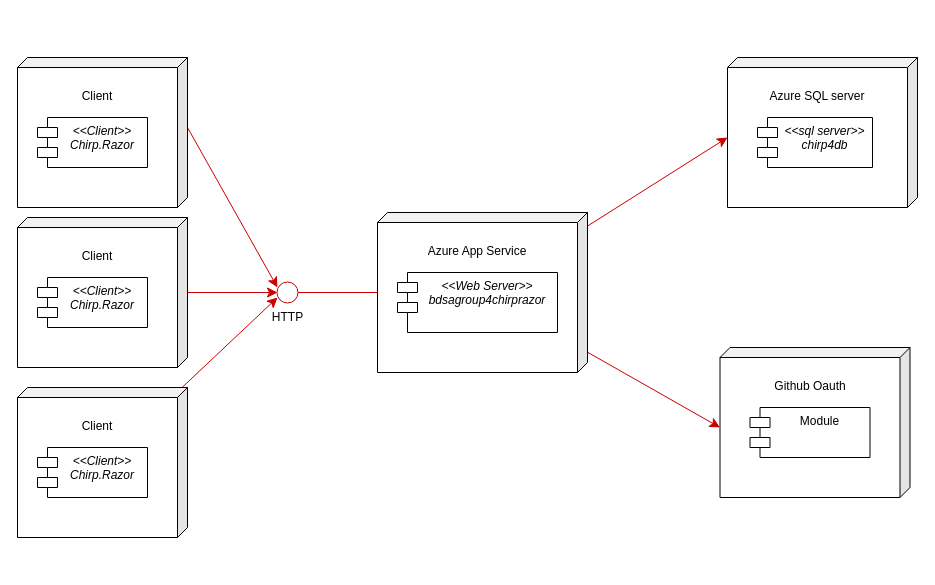
Before: Docs/Images/DeploymentDiagram.drawio in ITU-BDSA23-GROUP4/Chirp, a draw.io diagram. Source tidied: cells renumbered, new cells numbered last; positions are measured from the earlier drawing's top-left corner, leaving out a move shared by most shapes. Both pictures are drawn from the tidied source at 100%, with x=0, y=0 at pixel (17, 57).
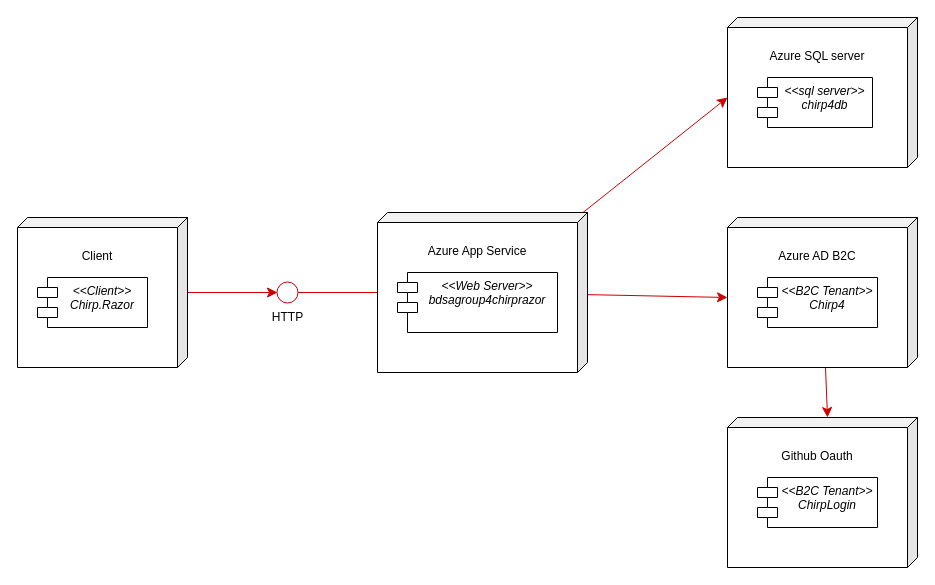
Above is the later version.

Change to the diagram source:
```diff
@@
+    <mxCell id="21" style="edgeStyle=none;rounded=1;html=1;strokeColor=#CC0000;fontSize=12;endArrow=classic;endFill=1;endSize=8;entryX=0;entryY=0;entryDx=90;entryDy=0;entryPerimeter=0;" parent="1" edge="1" source="2" target="22">
+      <mxGeometry relative="1" as="geometry" />
+    </mxCell>
-    <mxCell id="2" value="&lt;p style=&quot;line-height: 120%; font-size: 12px;&quot;&gt;Github Oauth&lt;/p&gt;" style="shape=cube;whiteSpace=wrap;html=1;boundedLbl=1;backgroundOutline=1;darkOpacity=0.05;darkOpacity2=0.1;rotation=0;flipV=0;flipH=1;size=10;spacing=5;verticalAlign=top;horizontal=1;fontSize=12;" parent="1" vertex="1">
-      <mxGeometry x="702.5" y="290" width="190" height="150" as="geometry" />
+    <mxCell id="2" value="&lt;p style=&quot;line-height: 120%; font-size: 12px;&quot;&gt;Azure AD B2C&lt;/p&gt;" style="shape=cube;whiteSpace=wrap;html=1;boundedLbl=1;backgroundOutline=1;darkOpacity=0.05;darkOpacity2=0.1;rotation=0;flipV=0;flipH=1;size=10;spacing=5;verticalAlign=top;horizontal=1;fontSize=12;" parent="1" vertex="1">
+      <mxGeometry x="710" y="160" width="190" height="150" as="geometry" />
     </mxCell>
@@
     <mxCell id="8" value="&lt;p style=&quot;line-height: 120%; font-size: 12px;&quot;&gt;Azure SQL server&lt;/p&gt;" style="shape=cube;whiteSpace=wrap;html=1;boundedLbl=1;backgroundOutline=1;darkOpacity=0.05;darkOpacity2=0.1;rotation=0;flipV=0;flipH=1;size=10;spacing=5;verticalAlign=top;horizontal=1;fontSize=12;" parent="1" vertex="1">
-      <mxGeometry x="710" width="190" height="150" as="geometry" />
+      <mxGeometry x="710" y="-40" width="190" height="150" as="geometry" />
     </mxCell>
     <mxCell id="9" value="&lt;&lt;sql server&gt;&gt;&#10;chirp4db" style="shape=module;align=left;spacingLeft=20;align=center;verticalAlign=top;fontSize=12;fontStyle=2;" parent="1" vertex="1">
-      <mxGeometry x="740" y="60" width="115" height="50" as="geometry" />
+      <mxGeometry x="740" y="20" width="115" height="50" as="geometry" />
     </mxCell>
-    <mxCell id="10" value="Module" style="shape=module;align=center;spacingLeft=20;align=center;verticalAlign=top;fontSize=12;" parent="1" vertex="1">
-      <mxGeometry x="732.5" y="350" width="120" height="50" as="geometry" />
+    <mxCell id="10" value="&lt;&lt;B2C Tenant&gt;&gt;&#10;Chirp4" style="shape=module;align=center;spacingLeft=20;align=center;verticalAlign=top;fontSize=12;fontStyle=2;" parent="1" vertex="1">
+      <mxGeometry x="740" y="220" width="120" height="50" as="geometry" />
     </mxCell>
-    <mxCell id="11" style="rounded=1;html=1;strokeColor=#CC0000;fontSize=12;endArrow=classic;endFill=1;endSize=8;exitX=0;exitY=0;exitDx=0;exitDy=70;exitPerimeter=0;" parent="1" edge="1" source="12">
-      <mxGeometry relative="1" as="geometry">
-        <mxPoint x="260" y="230" as="targetPoint" />
-      </mxGeometry>
-    </mxCell>
-    <mxCell id="12" value="&lt;p style=&quot;line-height: 120%; font-size: 12px;&quot;&gt;Client&lt;/p&gt;" style="shape=cube;whiteSpace=wrap;html=1;boundedLbl=1;backgroundOutline=1;darkOpacity=0.05;darkOpacity2=0.1;rotation=0;flipV=0;flipH=1;size=10;spacing=5;verticalAlign=top;horizontal=1;fontSize=12;" parent="1" vertex="1">
-      <mxGeometry width="170" height="150" as="geometry" />
-    </mxCell>
-    <mxCell id="13" value="&lt;&lt;Client&gt;&gt;&#10;Chirp.Razor" style="shape=module;align=left;spacingLeft=20;align=center;verticalAlign=top;fontSize=12;fontStyle=2;" parent="1" vertex="1">
-      <mxGeometry x="20" y="60" width="110" height="50" as="geometry" />
-    </mxCell>
@@
-    <mxCell id="17" style="edgeStyle=none;rounded=1;html=1;strokeColor=#CC0000;fontSize=12;endArrow=classic;endFill=1;endSize=8;" parent="1" edge="1" source="18">
-      <mxGeometry relative="1" as="geometry">
-        <mxPoint x="260" y="240" as="targetPoint" />
-      </mxGeometry>
-    </mxCell>
-    <mxCell id="18" value="&lt;p style=&quot;line-height: 120%; font-size: 12px;&quot;&gt;Client&lt;/p&gt;" style="shape=cube;whiteSpace=wrap;html=1;boundedLbl=1;backgroundOutline=1;darkOpacity=0.05;darkOpacity2=0.1;rotation=0;flipV=0;flipH=1;size=10;spacing=5;verticalAlign=top;horizontal=1;fontSize=12;" parent="1" vertex="1">
-      <mxGeometry y="330" width="170" height="150" as="geometry" />
-    </mxCell>
-    <mxCell id="19" value="&lt;&lt;Client&gt;&gt;&#10;Chirp.Razor" style="shape=module;align=left;spacingLeft=20;align=center;verticalAlign=top;fontSize=12;fontStyle=2;" parent="1" vertex="1">
-      <mxGeometry x="20" y="390" width="110" height="50" as="geometry" />
-    </mxCell>
@@
+    <mxCell id="22" value="&lt;p style=&quot;line-height: 120%; font-size: 12px;&quot;&gt;Github Oauth&lt;/p&gt;" style="shape=cube;whiteSpace=wrap;html=1;boundedLbl=1;backgroundOutline=1;darkOpacity=0.05;darkOpacity2=0.1;rotation=0;flipV=0;flipH=1;size=10;spacing=5;verticalAlign=top;horizontal=1;fontSize=12;" parent="1" vertex="1">
+      <mxGeometry x="710" y="360" width="190" height="150" as="geometry" />
+    </mxCell>
+    <mxCell id="23" value="&lt;&lt;B2C Tenant&gt;&gt;&#10;ChirpLogin" style="shape=module;align=center;spacingLeft=20;align=center;verticalAlign=top;fontSize=12;fontStyle=2;" parent="1" vertex="1">
+      <mxGeometry x="740" y="420" width="120" height="50" as="geometry" />
+    </mxCell>
```
